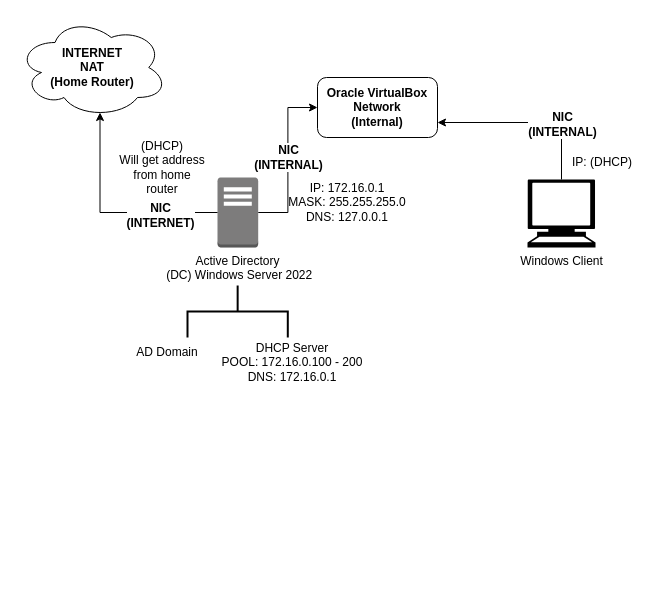
Noah-Inocencio/Active-Directory-Lab keeps this draw.io diagram as Untitled Diagram.drawio. Above is the earlier version. Source tidied: cells renumbered, new cells numbered last; positions are measured from the earlier drawing's top-left corner, leaving out a move shared by most shapes. Both pictures are drawn from the tidied source at 100%, with x=0, y=0 at pixel (17, 17).
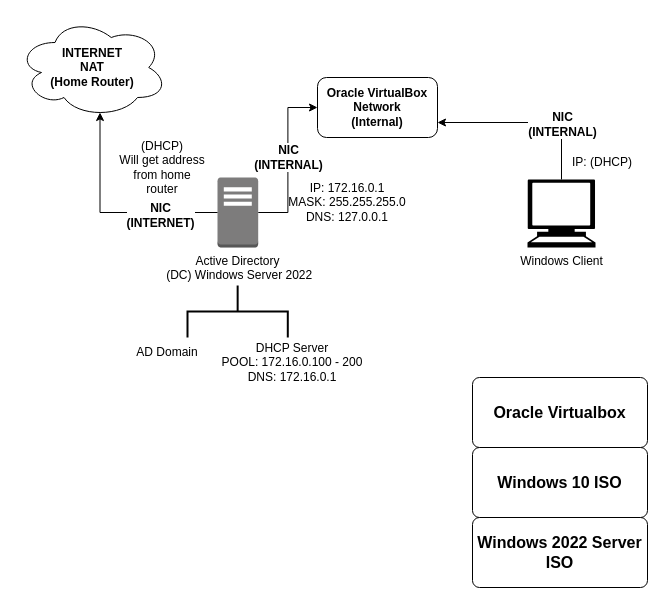
Above is the later version.

Change to the diagram source:
```diff
@@
+    <mxCell id="18" value="&lt;b&gt;&lt;font style=&quot;font-size: 16px;&quot;&gt;Oracle Virtualbox&lt;/font&gt;&lt;/b&gt;" style="rounded=1;arcSize=10;whiteSpace=wrap;html=1;align=center;" parent="1" vertex="1">
+      <mxGeometry x="455" y="360" width="175" height="70" as="geometry" />
+    </mxCell>
+    <mxCell id="19" value="&lt;font style=&quot;font-size: 16px;&quot;&gt;&lt;b&gt;Windows 10 ISO&lt;/b&gt;&lt;/font&gt;" style="rounded=1;arcSize=10;whiteSpace=wrap;html=1;align=center;" parent="1" vertex="1">
+      <mxGeometry x="455" y="430" width="175" height="70" as="geometry" />
+    </mxCell>
+    <mxCell id="20" value="&lt;font style=&quot;font-size: 16px;&quot;&gt;&lt;b&gt;Windows 2022 Server ISO&lt;/b&gt;&lt;/font&gt;" style="rounded=1;arcSize=10;whiteSpace=wrap;html=1;align=center;" parent="1" vertex="1">
+      <mxGeometry x="455" y="500" width="175" height="70" as="geometry" />
+    </mxCell>
```
